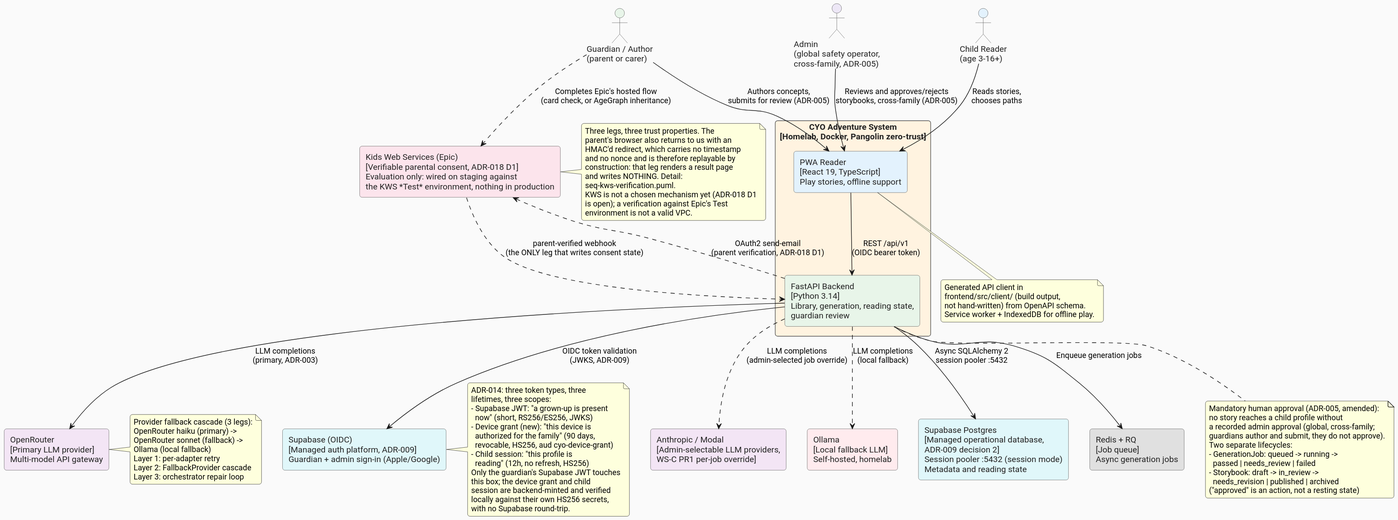
Before: docs/architecture/diagrams/c4-context.svg, a diagram exported from PlantUML (ByronWilliamsCPA/cyo-adventure). The source it was exported from:
```plantuml
@startuml

!define ICONURL https://raw.githubusercontent.com/tupadr3/plantuml-icon-font-sprites/v2.4.0
skinparam defaultFontName "Roboto"
skinparam backgroundColor #FAFAFA
skinparam roundCorner 8

skinparam rectangle {
  BorderColor #555555
  FontColor #222222
}

skinparam actor {
  BorderColor #555555
  FontColor #222222
  BackgroundColor #FFFFFF
}

actor "Child Reader\n(age 3-16+)" as child #E3F2FD
actor "Guardian / Author\n(parent or carer)" as guardian #E8F5E9
actor "Admin\n(global safety operator,\ncross-family, ADR-005)" as admin #EDE7F6

rectangle "CYO Adventure System\n[Homelab, Docker, Pangolin zero-trust]" as system #FFF3E0 {
  rectangle "PWA Reader\n[React 19, TypeScript]\nPlay stories, offline support" as pwa #E3F2FD
  rectangle "FastAPI Backend\n[Python 3.14]\nLibrary, generation, reading state,\nguardian review" as backend #E8F5E9
}

rectangle "OpenRouter\n[Primary LLM provider]\nMulti-model API gateway" as openrouter #F3E5F5
rectangle "Anthropic / Modal\n[Admin-selectable LLM providers,\nWS-C PR1 per-job override]" as extra_providers #F3E5F5
rectangle "Ollama\n[Local fallback LLM]\nSelf-hosted, homelab" as ollama #FFEBEE
rectangle "Supabase (OIDC)\n[Managed auth platform, ADR-009]\nGuardian + admin sign-in (Apple/Google)" as supabase_auth #E0F7FA
rectangle "Supabase Postgres\n[Managed operational database,\nADR-009 decision 2]\nSession pooler :5432 (session mode)\nMetadata and reading state" as postgres #E0F7FA
rectangle "Redis + RQ\n[Job queue]\nAsync generation jobs" as redis #E0E0E0
rectangle "Kids Web Services (Epic)\n[Verifiable parental consent, ADR-018 D1]\nEvaluation only: wired on staging against\nthe KWS *Test* environment, nothing in production" as kws #FCE4EC

child --> pwa : "Reads stories,\nchooses paths"
guardian --> pwa : "Authors concepts,\nsubmits for review (ADR-005)"
admin --> pwa : "Reviews and approves/rejects\nstorybooks, cross-family (ADR-005)"
pwa --> backend : "REST /api/v1\n(OIDC bearer token)"
backend --> openrouter : "LLM completions\n(primary, ADR-003)"
backend ..> extra_providers : "LLM completions\n(admin-selected job override)"
backend ..> ollama : "LLM completions\n(local fallback)"
backend --> supabase_auth : "OIDC token validation\n(JWKS, ADR-009)"
backend --> postgres : "Async SQLAlchemy 2\nsession pooler :5432"
backend --> redis : "Enqueue generation jobs"
backend ..> kws : "OAuth2 send-email\n(parent verification, ADR-018 D1)"
kws ..> backend : "parent-verified webhook\n(the ONLY leg that writes consent state)"
guardian ..> kws : "Completes Epic's hosted flow\n(card check, or AgeGraph inheritance)"

note bottom of pwa
  Generated API client in
  frontend/src/client/ (build output,
  not hand-written) from OpenAPI schema.
  Service worker + IndexedDB for offline play.
end note

note right of openrouter
  Provider fallback cascade (3 legs):
  OpenRouter haiku (primary) ->
  OpenRouter sonnet (fallback) ->
  Ollama (local fallback)
  Layer 1: per-adapter retry
  Layer 2: FallbackProvider cascade
  Layer 3: orchestrator repair loop
end note

note bottom of backend
  Mandatory human approval (ADR-005, amended):
  no story reaches a child profile without
  a recorded admin approval (global, cross-family;
  guardians author and submit, they do not approve).
  Two separate lifecycles:
  - GenerationJob: queued -> running ->
    passed | needs_review | failed
  - Storybook: draft -> in_review ->
    needs_revision | published | archived
  ("approved" is an action, not a resting state)
end note

note right of kws
  Three legs, three trust properties. The
  parent's browser also returns to us with an
  HMAC'd redirect, which carries no timestamp
  and no nonce and is therefore replayable by
  construction: that leg renders a result page
  and writes NOTHING. Detail:
  seq-kws-verification.puml.
  KWS is not a chosen mechanism yet (ADR-018 D1
  is open); a verification against Epic's Test
  environment is not a valid VPC.
end note

note right of supabase_auth
  ADR-014: three token types, three
  lifetimes, three scopes:
  - Supabase JWT: "a grown-up is present
    now" (short, RS256/ES256, JWKS)
  - Device grant (new): "this device is
    authorized for the family" (90 days,
    revocable, HS256, aud cyo-device-grant)
  - Child session: "this profile is
    reading" (12h, no refresh, HS256)
  Only the guardian's Supabase JWT touches
  this box; the device grant and child
  session are backend-minted and verified
  locally against their own HS256 secrets,
  with no Supabase round-trip.
end note
@enduml
```
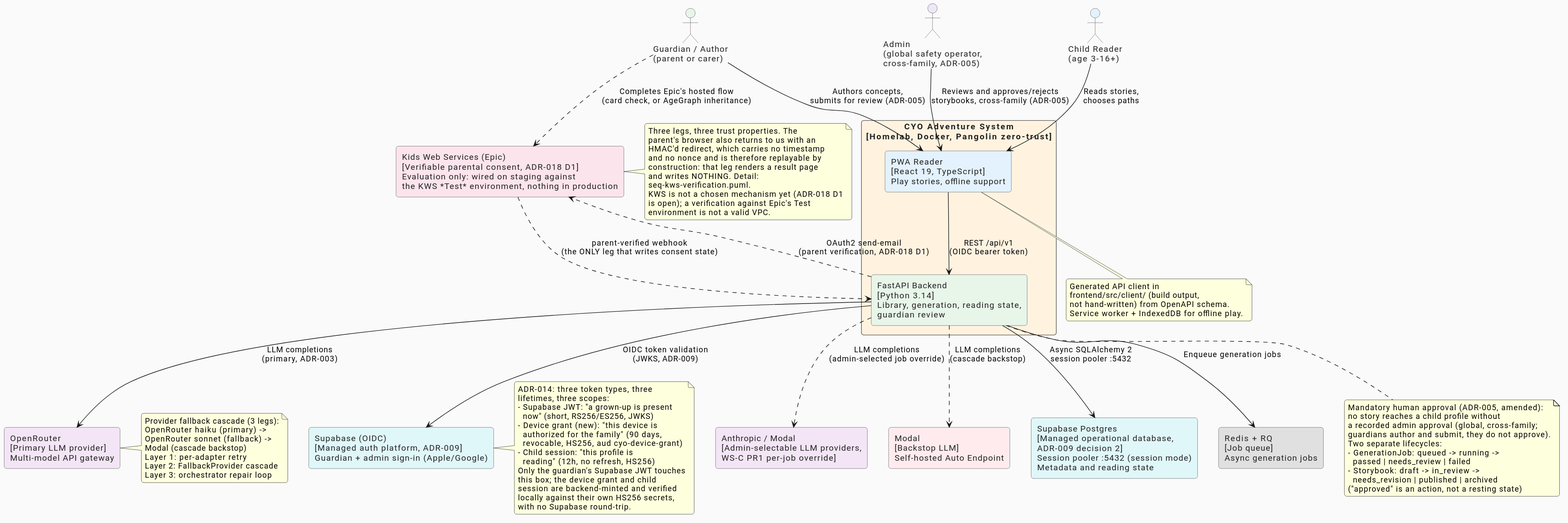
After the change.

What changed in the source:
```diff
@@ -27,7 +27,7 @@
 
 rectangle "OpenRouter\n[Primary LLM provider]\nMulti-model API gateway" as openrouter #F3E5F5
 rectangle "Anthropic / Modal\n[Admin-selectable LLM providers,\nWS-C PR1 per-job override]" as extra_providers #F3E5F5
-rectangle "Ollama\n[Local fallback LLM]\nSelf-hosted, homelab" as ollama #FFEBEE
+rectangle "Modal\n[Backstop LLM]\nSelf-hosted Auto Endpoint" as modal #FFEBEE
 rectangle "Supabase (OIDC)\n[Managed auth platform, ADR-009]\nGuardian + admin sign-in (Apple/Google)" as supabase_auth #E0F7FA
 rectangle "Supabase Postgres\n[Managed operational database,\nADR-009 decision 2]\nSession pooler :5432 (session mode)\nMetadata and reading state" as postgres #E0F7FA
 rectangle "Redis + RQ\n[Job queue]\nAsync generation jobs" as redis #E0E0E0
@@ -39,7 +39,7 @@
 pwa --> backend : "REST /api/v1\n(OIDC bearer token)"
 backend --> openrouter : "LLM completions\n(primary, ADR-003)"
 backend ..> extra_providers : "LLM completions\n(admin-selected job override)"
-backend ..> ollama : "LLM completions\n(local fallback)"
+backend ..> modal : "LLM completions\n(cascade backstop)"
 backend --> supabase_auth : "OIDC token validation\n(JWKS, ADR-009)"
 backend --> postgres : "Async SQLAlchemy 2\nsession pooler :5432"
 backend --> redis : "Enqueue generation jobs"
@@ -58,7 +58,7 @@
   Provider fallback cascade (3 legs):
   OpenRouter haiku (primary) ->
   OpenRouter sonnet (fallback) ->
-  Ollama (local fallback)
+  Modal (cascade backstop)
   Layer 1: per-adapter retry
   Layer 2: FallbackProvider cascade
   Layer 3: orchestrator repair loop
```
